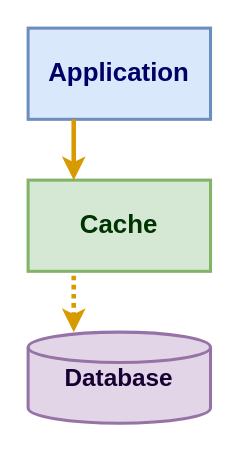
This is diagrams/draw_io/write_behind_small.drawio from wuyichen24/system-design-knowledge, a draw.io file, before an edit. Source tidied: cells renumbered, new cells numbered last; positions are measured from the earlier drawing's top-left corner, leaving out a move shared by most shapes. Both pictures are drawn from the tidied source at 152%, with x=0, y=0 at pixel (27, 27).
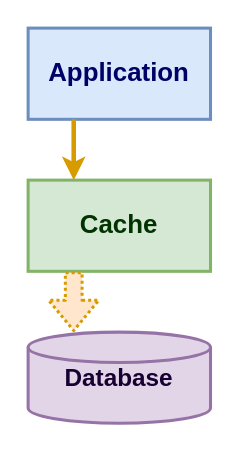
Above is the later version.

Commit message (it also covers changes not shown here):
update the diagram of write behind

Change to the diagram source:
```diff
@@
 <mxGraphModel>
   <root>
     <mxCell id="0" />
     <mxCell id="1" parent="0" />
     <mxCell id="2" value="&lt;font size=&quot;1&quot; color=&quot;#000066&quot;&gt;&lt;b style=&quot;font-size: 17px&quot;&gt;Application&lt;/b&gt;&lt;/font&gt;" style="rounded=0;whiteSpace=wrap;html=1;strokeWidth=2;fillColor=#dae8fc;strokeColor=#6c8ebf;" parent="1" vertex="1">
       <mxGeometry width="120" height="60" as="geometry" />
     </mxCell>
     <mxCell id="3" value="&lt;font size=&quot;1&quot; color=&quot;#003300&quot;&gt;&lt;b style=&quot;font-size: 17px&quot;&gt;Cache&lt;/b&gt;&lt;/font&gt;" style="rounded=0;whiteSpace=wrap;html=1;strokeWidth=2;fillColor=#d5e8d4;strokeColor=#82b366;" parent="1" vertex="1">
       <mxGeometry y="100" width="120" height="60" as="geometry" />
     </mxCell>
     <mxCell id="4" value="&lt;font style=&quot;font-size: 16px&quot; color=&quot;#190033&quot;&gt;&lt;b&gt;Database&lt;/b&gt;&lt;/font&gt;" style="strokeWidth=2;html=1;shape=mxgraph.flowchart.database;whiteSpace=wrap;fillColor=#e1d5e7;strokeColor=#9673a6;" parent="1" vertex="1">
       <mxGeometry y="200" width="120" height="60" as="geometry" />
     </mxCell>
     <mxCell id="5" style="endArrow=classic;html=1;strokeWidth=3;entryX=0.25;entryY=0;entryDx=0;entryDy=0;exitX=0.25;exitY=1;exitDx=0;exitDy=0;fillColor=#ffe6cc;strokeColor=#d79b00;" parent="1" edge="1" source="2" target="3">
       <mxGeometry relative="1" as="geometry" />
     </mxCell>
-    <mxCell id="6" style="endArrow=none;dashed=1;html=1;strokeWidth=3;entryX=0.25;entryY=1;entryDx=0;entryDy=0;jumpSize=0;endFill=0;startArrow=classic;startFill=1;dashPattern=1 1;fillColor=#ffe6cc;strokeColor=#d79b00;comic=0;shadow=0;" parent="1" edge="1" target="3">
+    <mxCell id="6" style="endArrow=none;dashed=1;html=1;strokeWidth=2;entryX=0.25;entryY=1;entryDx=0;entryDy=0;jumpSize=0;endFill=0;startArrow=classic;startFill=1;dashPattern=1 1;fillColor=#ffe6cc;strokeColor=#d79b00;comic=0;shadow=0;shape=flexArrow;" parent="1" edge="1" target="3">
       <mxGeometry relative="1" as="geometry">
         <mxPoint x="30" y="200" as="sourcePoint" />
       </mxGeometry>
     </mxCell>
   </root>
 </mxGraphModel>
```
